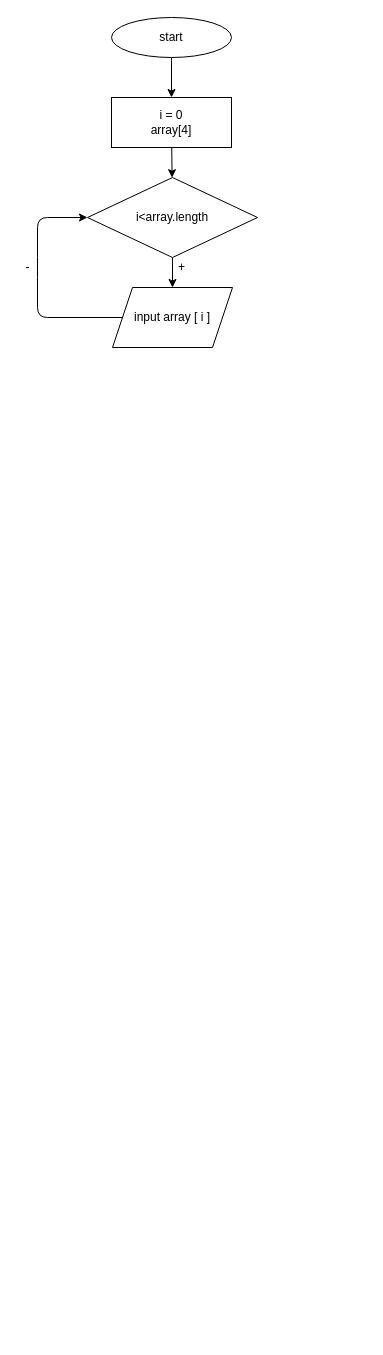
MarsNuriev/1_chtv_KontrRab keeps this draw.io diagram as 0_kontr_rab/algoritm.drawio. Above is the earlier version. Source tidied: cells renumbered, new cells numbered last; positions are measured from the earlier drawing's top-left corner, leaving out a move shared by most shapes. Both pictures are drawn from the tidied source at 100%, with x=0, y=0 at pixel (17, 17).
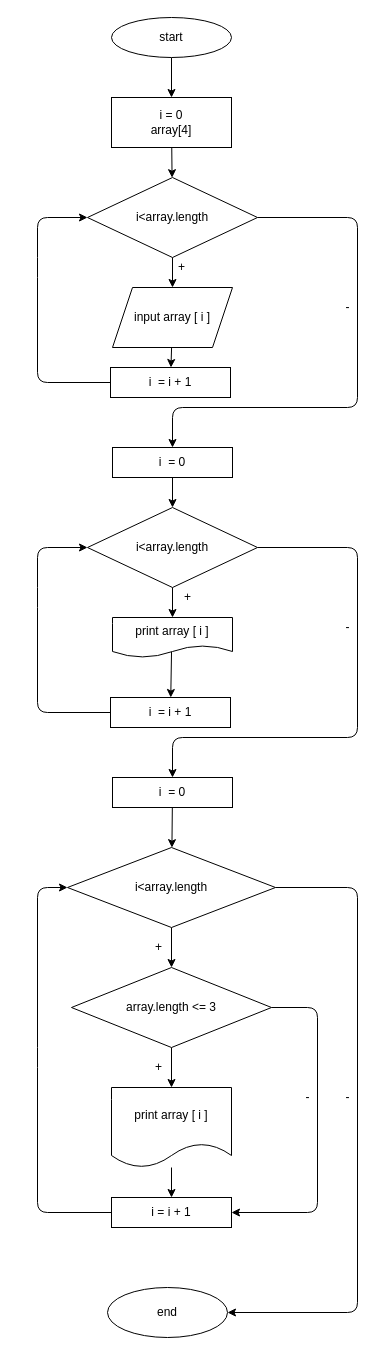
The same diagram, later.

Commit message (it also covers changes not shown here):
добавил файл README.md с описанием решения задачи

Unchanged cells that the change refers to:
```xml
<mxCell id="7" value="i&amp;lt;array.length" style="rhombus;whiteSpace=wrap;html=1;rounded=0;" parent="1" vertex="1">
  <mxGeometry x="70" y="160" width="170" height="80" as="geometry" />
</mxCell>
<mxCell id="9" value="input array [ i ]" style="shape=parallelogram;perimeter=parallelogramPerimeter;whiteSpace=wrap;html=1;fixedSize=1;" parent="1" vertex="1">
  <mxGeometry x="95" y="270" width="120" height="60" as="geometry" />
</mxCell>
```

Diff of the diagram source:
```diff
@@
+    <mxCell id="12" style="edgeStyle=none;html=1;entryX=0.5;entryY=0;entryDx=0;entryDy=0;" parent="1" edge="1" source="7" target="17">
+      <mxGeometry relative="1" as="geometry">
+        <Array as="points">
+          <mxPoint x="340" y="200" />
+          <mxPoint x="340" y="390" />
+          <mxPoint x="155" y="390" />
+        </Array>
+      </mxGeometry>
+    </mxCell>
@@
-    <mxCell id="8" style="edgeStyle=none;html=1;entryX=0;entryY=0.5;entryDx=0;entryDy=0;" parent="1" edge="1" source="9" target="7">
+    <mxCell id="8" style="edgeStyle=none;html=1;entryX=0;entryY=0.5;entryDx=0;entryDy=0;exitX=0;exitY=0.5;exitDx=0;exitDy=0;" parent="1" edge="1" source="15" target="7">
       <mxGeometry relative="1" as="geometry">
         <Array as="points">
-          <mxPoint x="20" y="300" />
+          <mxPoint x="20" y="365" />
           <mxPoint x="20" y="250" />
           <mxPoint x="20" y="200" />
         </Array>
       </mxGeometry>
     </mxCell>
+    <mxCell id="13" style="edgeStyle=none;html=1;" parent="1" edge="1" source="9" target="15">
+      <mxGeometry relative="1" as="geometry" />
+    </mxCell>
@@
     <mxCell id="10" value="-" style="text;html=1;align=center;verticalAlign=middle;strokeColor=none;fillColor=none;" parent="1" vertex="1">
-      <mxGeometry y="240" width="20" height="20" as="geometry" />
+      <mxGeometry x="320" y="280" width="20" height="20" as="geometry" />
     </mxCell>
@@
+    <mxCell id="14" value="-" style="text;html=1;align=center;verticalAlign=middle;strokeColor=none;fillColor=none;" parent="1" vertex="1">
+      <mxGeometry x="320" y="600" width="20" height="20" as="geometry" />
+    </mxCell>
+    <mxCell id="15" value="i&amp;nbsp; = i + 1" style="whiteSpace=wrap;html=1;" parent="1" vertex="1">
+      <mxGeometry x="93" y="350" width="120" height="30" as="geometry" />
+    </mxCell>
+    <mxCell id="16" style="edgeStyle=none;html=1;entryX=0.5;entryY=0;entryDx=0;entryDy=0;" parent="1" edge="1" source="17" target="20">
+      <mxGeometry relative="1" as="geometry" />
+    </mxCell>
+    <mxCell id="17" value="i&amp;nbsp; = 0" style="whiteSpace=wrap;html=1;" parent="1" vertex="1">
+      <mxGeometry x="95" y="430" width="120" height="30" as="geometry" />
+    </mxCell>
+    <mxCell id="18" style="edgeStyle=none;html=1;" parent="1" edge="1" source="20">
+      <mxGeometry relative="1" as="geometry">
+        <mxPoint x="155" y="600" as="targetPoint" />
+      </mxGeometry>
+    </mxCell>
+    <mxCell id="19" style="edgeStyle=none;html=1;entryX=0.5;entryY=0;entryDx=0;entryDy=0;" parent="1" edge="1" source="20" target="26">
+      <mxGeometry relative="1" as="geometry">
+        <Array as="points">
+          <mxPoint x="340" y="530" />
+          <mxPoint x="340" y="720" />
+          <mxPoint x="155" y="720" />
+        </Array>
+      </mxGeometry>
+    </mxCell>
+    <mxCell id="20" value="i&amp;lt;array.length" style="rhombus;whiteSpace=wrap;html=1;rounded=0;" parent="1" vertex="1">
+      <mxGeometry x="70" y="490" width="170" height="80" as="geometry" />
+    </mxCell>
+    <mxCell id="21" style="edgeStyle=none;html=1;entryX=0;entryY=0.5;entryDx=0;entryDy=0;exitX=0;exitY=0.5;exitDx=0;exitDy=0;" parent="1" edge="1" source="24" target="20">
+      <mxGeometry relative="1" as="geometry">
+        <Array as="points">
+          <mxPoint x="20" y="695" />
+          <mxPoint x="20" y="580" />
+          <mxPoint x="20" y="530" />
+        </Array>
+      </mxGeometry>
+    </mxCell>
+    <mxCell id="22" style="edgeStyle=none;html=1;exitX=0.492;exitY=0.85;exitDx=0;exitDy=0;exitPerimeter=0;" parent="1" edge="1" source="27" target="24">
+      <mxGeometry relative="1" as="geometry" />
+    </mxCell>
+    <mxCell id="23" value="+" style="text;html=1;align=center;verticalAlign=middle;strokeColor=none;fillColor=none;" parent="1" vertex="1">
+      <mxGeometry x="160" y="570" width="20" height="20" as="geometry" />
+    </mxCell>
+    <mxCell id="24" value="i&amp;nbsp; = i + 1" style="whiteSpace=wrap;html=1;" parent="1" vertex="1">
+      <mxGeometry x="93" y="680" width="120" height="30" as="geometry" />
+    </mxCell>
+    <mxCell id="25" style="edgeStyle=none;html=1;" parent="1" edge="1" source="26" target="30">
+      <mxGeometry relative="1" as="geometry" />
+    </mxCell>
+    <mxCell id="26" value="i&amp;nbsp; = 0" style="whiteSpace=wrap;html=1;" parent="1" vertex="1">
+      <mxGeometry x="95" y="760" width="120" height="30" as="geometry" />
+    </mxCell>
+    <mxCell id="27" value="print array [ i ]" style="shape=document;whiteSpace=wrap;html=1;boundedLbl=1;" parent="1" vertex="1">
+      <mxGeometry x="95" y="600" width="120" height="40" as="geometry" />
+    </mxCell>
+    <mxCell id="28" style="edgeStyle=none;html=1;" parent="1" edge="1" source="30" target="33">
+      <mxGeometry relative="1" as="geometry" />
+    </mxCell>
+    <mxCell id="29" style="edgeStyle=none;html=1;" parent="1" edge="1" source="30" target="40">
+      <mxGeometry relative="1" as="geometry">
+        <Array as="points">
+          <mxPoint x="340" y="870" />
+          <mxPoint x="340" y="1295" />
+        </Array>
+      </mxGeometry>
+    </mxCell>
+    <mxCell id="30" value="&lt;span&gt;i&amp;lt;array.length&lt;/span&gt;" style="rhombus;whiteSpace=wrap;html=1;rounded=0;" parent="1" vertex="1">
+      <mxGeometry x="50" y="830" width="208" height="80" as="geometry" />
+    </mxCell>
+    <mxCell id="31" style="edgeStyle=none;html=1;" parent="1" edge="1" source="33" target="35">
+      <mxGeometry relative="1" as="geometry" />
+    </mxCell>
+    <mxCell id="32" style="edgeStyle=none;html=1;entryX=1;entryY=0.5;entryDx=0;entryDy=0;" parent="1" edge="1" source="33" target="39">
+      <mxGeometry relative="1" as="geometry">
+        <Array as="points">
+          <mxPoint x="300" y="990" />
+          <mxPoint x="300" y="1195" />
+        </Array>
+      </mxGeometry>
+    </mxCell>
+    <mxCell id="33" value="array.length &amp;lt;= 3" style="rhombus;whiteSpace=wrap;html=1;rounded=0;" parent="1" vertex="1">
+      <mxGeometry x="54" y="950" width="200" height="80" as="geometry" />
+    </mxCell>
+    <mxCell id="34" style="edgeStyle=none;html=1;" parent="1" edge="1" source="35" target="39">
+      <mxGeometry relative="1" as="geometry" />
+    </mxCell>
+    <mxCell id="35" value="print array [ i ]" style="shape=document;whiteSpace=wrap;html=1;boundedLbl=1;" parent="1" vertex="1">
+      <mxGeometry x="94" y="1070" width="120" height="80" as="geometry" />
+    </mxCell>
+    <mxCell id="36" value="+" style="text;html=1;align=center;verticalAlign=middle;strokeColor=none;fillColor=none;" parent="1" vertex="1">
+      <mxGeometry x="131" y="1040" width="20" height="20" as="geometry" />
+    </mxCell>
+    <mxCell id="37" value="+" style="text;html=1;align=center;verticalAlign=middle;strokeColor=none;fillColor=none;" parent="1" vertex="1">
+      <mxGeometry x="131" y="920" width="20" height="20" as="geometry" />
+    </mxCell>
+    <mxCell id="38" style="edgeStyle=none;html=1;entryX=0;entryY=0.5;entryDx=0;entryDy=0;" parent="1" edge="1" source="39" target="30">
+      <mxGeometry relative="1" as="geometry">
+        <Array as="points">
+          <mxPoint x="20" y="1195" />
+          <mxPoint x="20" y="1040" />
+          <mxPoint x="20" y="870" />
+        </Array>
+      </mxGeometry>
+    </mxCell>
+    <mxCell id="39" value="i = i + 1" style="whiteSpace=wrap;html=1;" parent="1" vertex="1">
+      <mxGeometry x="94" y="1180" width="120" height="30" as="geometry" />
+    </mxCell>
+    <mxCell id="40" value="end" style="ellipse;whiteSpace=wrap;html=1;rounded=0;" parent="1" vertex="1">
+      <mxGeometry x="90" y="1270" width="120" height="50" as="geometry" />
+    </mxCell>
+    <mxCell id="41" value="-" style="text;html=1;align=center;verticalAlign=middle;strokeColor=none;fillColor=none;" parent="1" vertex="1">
+      <mxGeometry x="320" y="1070" width="20" height="20" as="geometry" />
+    </mxCell>
+    <mxCell id="42" value="-" style="text;html=1;align=center;verticalAlign=middle;strokeColor=none;fillColor=none;" parent="1" vertex="1">
+      <mxGeometry x="280" y="1070" width="20" height="20" as="geometry" />
+    </mxCell>
```
